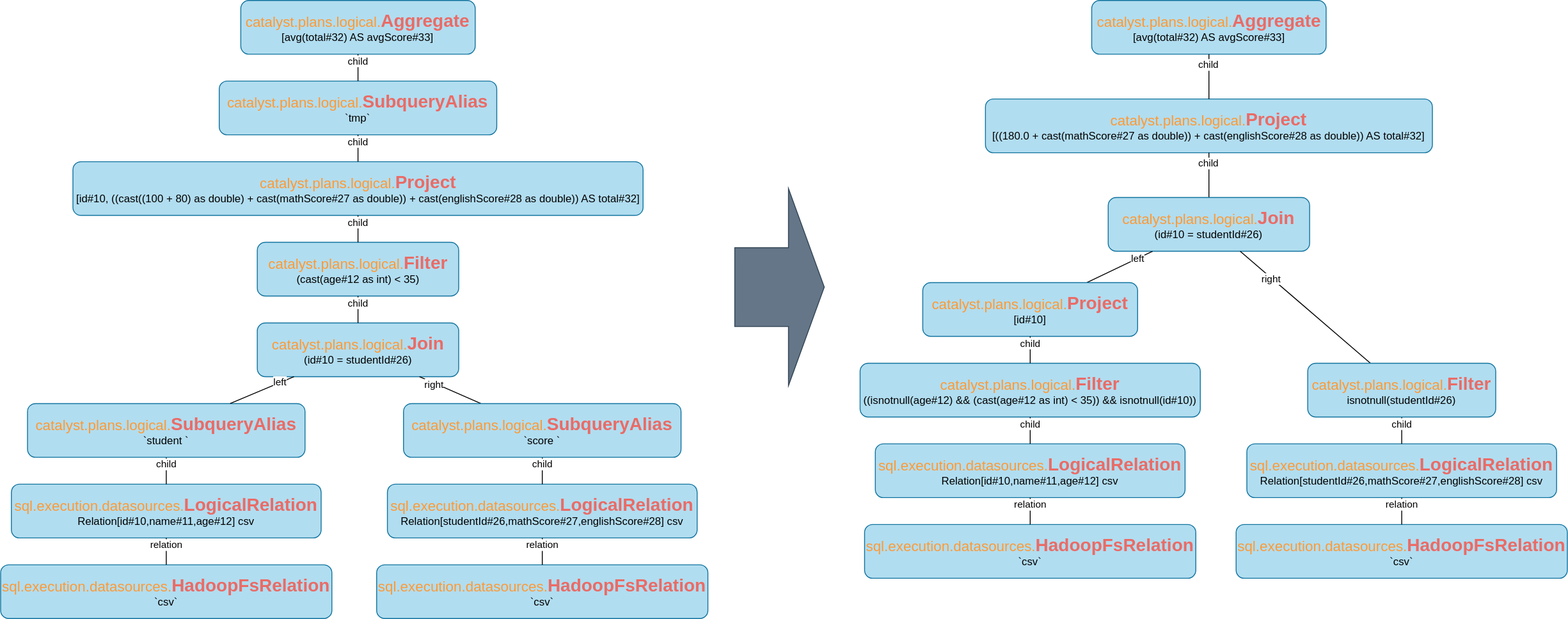
Before: images/spark/sql-catalyst-sample-OptimizedLogicalPlan.svg, a diagram exported from draw.io (jtLiBrain/jtLiBrain.github.io). Source tidied: cells renumbered, new cells last; positions are measured from the earlier drawing's top-left corner, leaving out a move shared by most shapes.
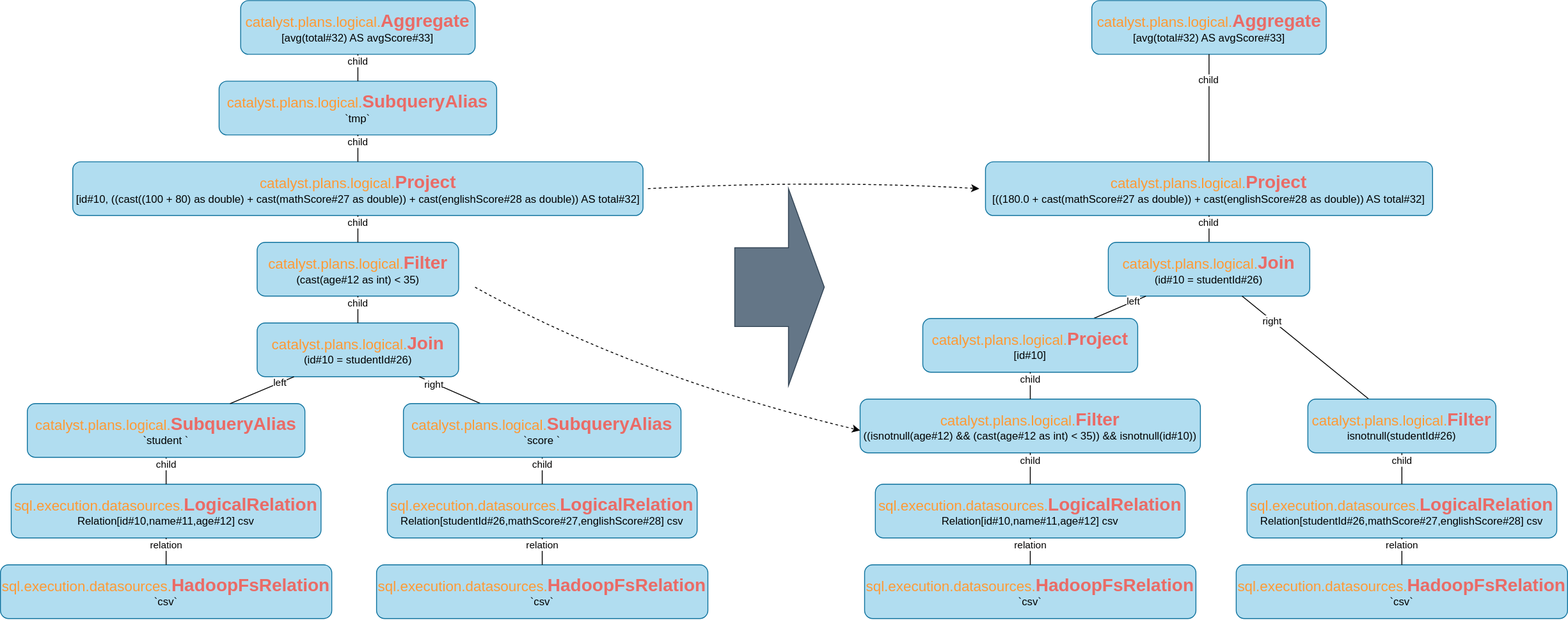
Later version of the same file.

What changed in the source:
```diff
@@ -102,7 +102,7 @@
       <mxGeometry x="1218.7" width="261.8" height="60" as="geometry" />
     </mxCell>
     <mxCell id="35" value="&lt;font style=&quot;font-size: 16px&quot; color=&quot;#ff9933&quot;&gt;catalyst.plans.logical.&lt;/font&gt;&lt;b style=&quot;font-size: 20px&quot;&gt;&lt;font color=&quot;#ea6b66&quot; style=&quot;font-size: 20px&quot;&gt;&lt;font style=&quot;font-size: 20px&quot;&gt;Projec&lt;/font&gt;&lt;font style=&quot;font-size: 20px&quot;&gt;t&lt;/font&gt;&lt;/font&gt;&lt;/b&gt;&lt;font color=&quot;#000000&quot;&gt;&lt;br&gt;&lt;div style=&quot;text-align: left&quot;&gt;[((180.0 + cast(mathScore#27 as double)) + cast(englishScore#28 as double)) AS total#32]&lt;br&gt;&lt;/div&gt;&lt;/font&gt;" style="rounded=1;whiteSpace=wrap;html=1;strokeColor=#10739e;fillColor=#b1ddf0;" parent="1" vertex="1">
-      <mxGeometry x="1100" y="110" width="499.3" height="60" as="geometry" />
+      <mxGeometry x="1100" y="180" width="499.3" height="60" as="geometry" />
     </mxCell>
     <mxCell id="36" style="endArrow=none;html=1;" parent="1" edge="1" source="35" target="34">
       <mxGeometry relative="1" as="geometry" />
@@ -111,7 +111,7 @@
       <mxGeometry x="0.53" y="1" relative="1" as="geometry" />
     </mxCell>
     <mxCell id="38" value="&lt;font style=&quot;font-size: 16px&quot; color=&quot;#ff9933&quot;&gt;catalyst.plans.logical.&lt;/font&gt;&lt;font style=&quot;font-size: 20px&quot; color=&quot;#ea6b66&quot;&gt;&lt;b&gt;Filter&lt;/b&gt;&lt;/font&gt;&lt;font color=&quot;#000000&quot;&gt;&lt;br&gt;((isnotnull(age#12) &amp;amp;&amp;amp; (cast(age#12 as int) &amp;lt; 35)) &amp;amp;&amp;amp; isnotnull(id#10))&lt;br&gt;&lt;/font&gt;" style="rounded=1;whiteSpace=wrap;html=1;strokeColor=#10739e;fillColor=#b1ddf0;" parent="1" vertex="1">
-      <mxGeometry x="960" y="405" width="380" height="60" as="geometry" />
+      <mxGeometry x="960" y="445" width="380" height="60" as="geometry" />
     </mxCell>
     <mxCell id="39" style="endArrow=none;html=1;" parent="1" edge="1" source="41" target="35">
       <mxGeometry relative="1" as="geometry" />
@@ -120,10 +120,10 @@
       <mxGeometry x="0.53" y="1" relative="1" as="geometry" />
     </mxCell>
     <mxCell id="41" value="&lt;font style=&quot;font-size: 16px&quot; color=&quot;#ff9933&quot;&gt;catalyst.plans.logical.&lt;/font&gt;&lt;font style=&quot;font-size: 20px&quot; color=&quot;#ea6b66&quot;&gt;&lt;b&gt;Join&lt;/b&gt;&lt;/font&gt;&lt;font color=&quot;#000000&quot;&gt;&lt;br&gt;(id#10 = studentId#26)&lt;br&gt;&lt;/font&gt;" style="rounded=1;whiteSpace=wrap;html=1;strokeColor=#10739e;fillColor=#b1ddf0;" parent="1" vertex="1">
-      <mxGeometry x="1237.1" y="220" width="225" height="60" as="geometry" />
+      <mxGeometry x="1237.1" y="270" width="225" height="60" as="geometry" />
     </mxCell>
     <mxCell id="42" value="&lt;font color=&quot;#ff9933&quot;&gt;&lt;span style=&quot;font-size: 16px&quot;&gt;sql.execution.datasources.&lt;/span&gt;&lt;/font&gt;&lt;font color=&quot;#ea6b66&quot;&gt;&lt;span style=&quot;font-size: 20px&quot;&gt;&lt;b&gt;LogicalRelation&lt;/b&gt;&lt;/span&gt;&lt;/font&gt;&lt;br&gt;Relation[id#10,name#11,age#12] csv" style="rounded=1;whiteSpace=wrap;html=1;strokeColor=#10739e;fillColor=#b1ddf0;" parent="1" vertex="1">
-      <mxGeometry x="977" y="495" width="346" height="60" as="geometry" />
+      <mxGeometry x="977" y="540" width="346" height="60" as="geometry" />
     </mxCell>
     <mxCell id="43" style="endArrow=none;html=1;" parent="1" edge="1" source="42" target="38">
       <mxGeometry relative="1" as="geometry" />
@@ -144,7 +144,7 @@
       <mxGeometry x="0.53" y="1" relative="1" as="geometry" />
     </mxCell>
     <mxCell id="49" value="&lt;font color=&quot;#ff9933&quot;&gt;&lt;span style=&quot;font-size: 16px&quot;&gt;sql.execution.datasources.&lt;/span&gt;&lt;/font&gt;&lt;font color=&quot;#ea6b66&quot;&gt;&lt;span style=&quot;font-size: 20px&quot;&gt;&lt;b&gt;HadoopFsRelation&lt;/b&gt;&lt;/span&gt;&lt;/font&gt;&lt;br&gt;&lt;font color=&quot;#000000&quot;&gt;`csv`&lt;/font&gt;" style="rounded=1;whiteSpace=wrap;html=1;strokeColor=#10739e;fillColor=#b1ddf0;" parent="1" vertex="1">
-      <mxGeometry x="965" y="585" width="370" height="60" as="geometry" />
+      <mxGeometry x="965" y="630" width="370" height="60" as="geometry" />
     </mxCell>
     <mxCell id="50" style="endArrow=none;html=1;" parent="1" edge="1" source="49" target="42">
       <mxGeometry relative="1" as="geometry" />
@@ -153,7 +153,7 @@
       <mxGeometry x="0.53" y="1" relative="1" as="geometry" />
     </mxCell>
     <mxCell id="52" value="&lt;font color=&quot;#ff9933&quot;&gt;&lt;span style=&quot;font-size: 16px&quot;&gt;sql.execution.datasources.&lt;/span&gt;&lt;/font&gt;&lt;font color=&quot;#ea6b66&quot;&gt;&lt;span style=&quot;font-size: 20px&quot;&gt;&lt;b&gt;LogicalRelation&lt;/b&gt;&lt;/span&gt;&lt;/font&gt;&lt;br&gt;Relation[studentId#26,mathScore#27,englishScore#28] csv" style="rounded=1;whiteSpace=wrap;html=1;strokeColor=#10739e;fillColor=#b1ddf0;" parent="1" vertex="1">
-      <mxGeometry x="1392" y="495" width="346" height="60" as="geometry" />
+      <mxGeometry x="1392" y="540" width="346" height="60" as="geometry" />
     </mxCell>
     <mxCell id="53" style="endArrow=none;html=1;" parent="1" edge="1" source="52" target="61">
       <mxGeometry relative="1" as="geometry" />
@@ -162,7 +162,7 @@
       <mxGeometry x="0.53" y="1" relative="1" as="geometry" />
     </mxCell>
     <mxCell id="55" value="&lt;font color=&quot;#ff9933&quot;&gt;&lt;span style=&quot;font-size: 16px&quot;&gt;sql.execution.datasources.&lt;/span&gt;&lt;/font&gt;&lt;font color=&quot;#ea6b66&quot;&gt;&lt;span style=&quot;font-size: 20px&quot;&gt;&lt;b&gt;HadoopFsRelation&lt;/b&gt;&lt;/span&gt;&lt;/font&gt;&lt;br&gt;&lt;font color=&quot;#000000&quot;&gt;`csv`&lt;/font&gt;" style="rounded=1;whiteSpace=wrap;html=1;strokeColor=#10739e;fillColor=#b1ddf0;" parent="1" vertex="1">
-      <mxGeometry x="1380" y="585" width="370" height="60" as="geometry" />
+      <mxGeometry x="1380" y="630" width="370" height="60" as="geometry" />
     </mxCell>
     <mxCell id="56" style="endArrow=none;html=1;" parent="1" edge="1" source="55" target="52">
       <mxGeometry relative="1" as="geometry" />
@@ -171,7 +171,7 @@
       <mxGeometry x="0.53" y="1" relative="1" as="geometry" />
     </mxCell>
     <mxCell id="58" value="&lt;font style=&quot;font-size: 16px&quot; color=&quot;#ff9933&quot;&gt;catalyst.plans.logical.&lt;/font&gt;&lt;b style=&quot;font-size: 20px&quot;&gt;&lt;font color=&quot;#ea6b66&quot; style=&quot;font-size: 20px&quot;&gt;&lt;font style=&quot;font-size: 20px&quot;&gt;Projec&lt;/font&gt;&lt;font style=&quot;font-size: 20px&quot;&gt;t&lt;/font&gt;&lt;/font&gt;&lt;/b&gt;&lt;font color=&quot;#000000&quot;&gt;&lt;br&gt;&lt;div&gt;[id#10]&lt;br&gt;&lt;/div&gt;&lt;/font&gt;" style="rounded=1;whiteSpace=wrap;html=1;strokeColor=#10739e;fillColor=#b1ddf0;" parent="1" vertex="1">
-      <mxGeometry x="1030" y="315" width="240" height="60" as="geometry" />
+      <mxGeometry x="1030" y="355" width="240" height="60" as="geometry" />
     </mxCell>
     <mxCell id="59" style="endArrow=none;html=1;" parent="1" edge="1" source="38" target="58">
       <mxGeometry relative="1" as="geometry" />
@@ -180,7 +180,25 @@
       <mxGeometry x="0.53" y="1" relative="1" as="geometry" />
     </mxCell>
     <mxCell id="61" value="&lt;font style=&quot;font-size: 16px&quot; color=&quot;#ff9933&quot;&gt;catalyst.plans.logical.&lt;/font&gt;&lt;font style=&quot;font-size: 20px&quot; color=&quot;#ea6b66&quot;&gt;&lt;b&gt;Filter&lt;/b&gt;&lt;/font&gt;&lt;font color=&quot;#000000&quot;&gt;&lt;br&gt;isnotnull(studentId#26)&lt;br&gt;&lt;/font&gt;" style="rounded=1;whiteSpace=wrap;html=1;strokeColor=#10739e;fillColor=#b1ddf0;" parent="1" vertex="1">
-      <mxGeometry x="1460" y="405" width="210" height="60" as="geometry" />
+      <mxGeometry x="1460" y="445" width="210" height="60" as="geometry" />
     </mxCell>
+    <mxCell id="62" style="curved=1;endArrow=classic;html=1;dashed=1;" parent="1" edge="1">
+      <mxGeometry relative="1" as="geometry">
+        <mxPoint x="723" y="210" as="sourcePoint" />
+        <mxPoint x="1093" y="210" as="targetPoint" />
+        <Array as="points">
+          <mxPoint x="913" y="200" />
+        </Array>
+      </mxGeometry>
+    </mxCell>
+    <mxCell id="63" style="curved=1;endArrow=classic;html=1;dashed=1;" parent="1" edge="1">
+      <mxGeometry relative="1" as="geometry">
+        <mxPoint x="530" y="320" as="sourcePoint" />
+        <mxPoint x="960" y="480" as="targetPoint" />
+        <Array as="points">
+          <mxPoint x="710" y="420" />
+        </Array>
+      </mxGeometry>
+    </mxCell>
   </root>
 </mxGraphModel>
```
